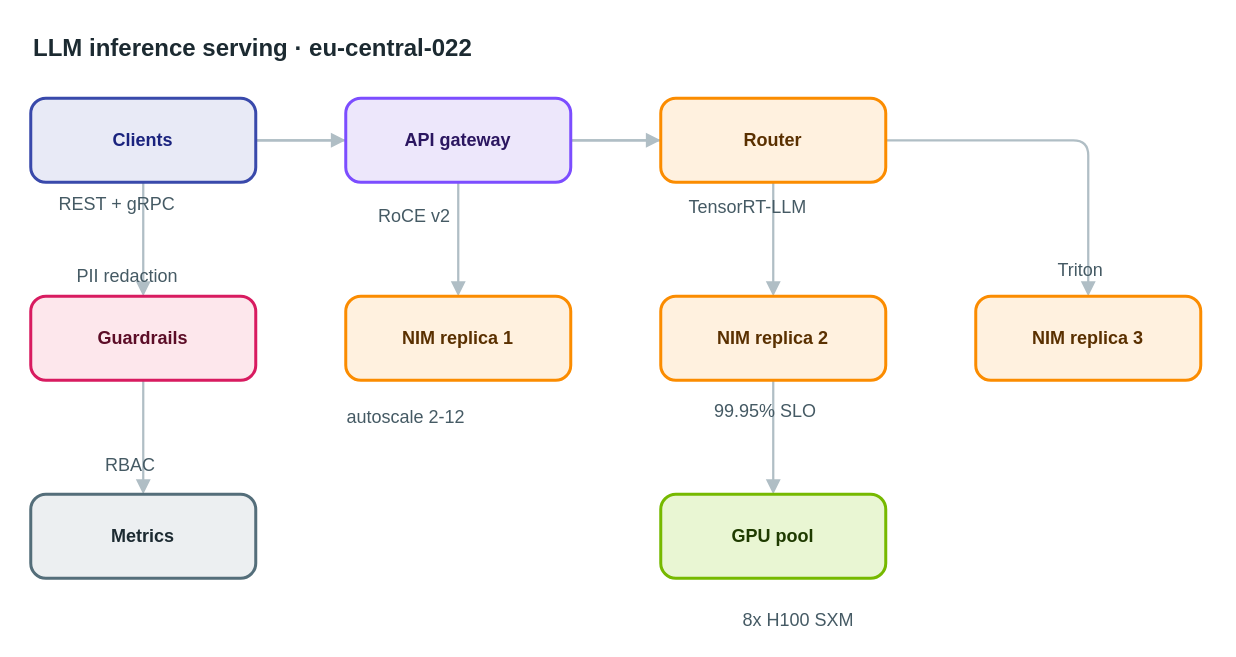
Before: apps/web/public/samples/library/022-llm-inference-serving.drawio in AryanG01/open-apprentice, a draw.io diagram. Source tidied: cells renumbered, new cells numbered last; positions are measured from the earlier drawing's top-left corner, leaving out a move shared by most shapes. Both pictures are drawn from the tidied source at 150%, with x=0, y=0 at pixel (30, 26).
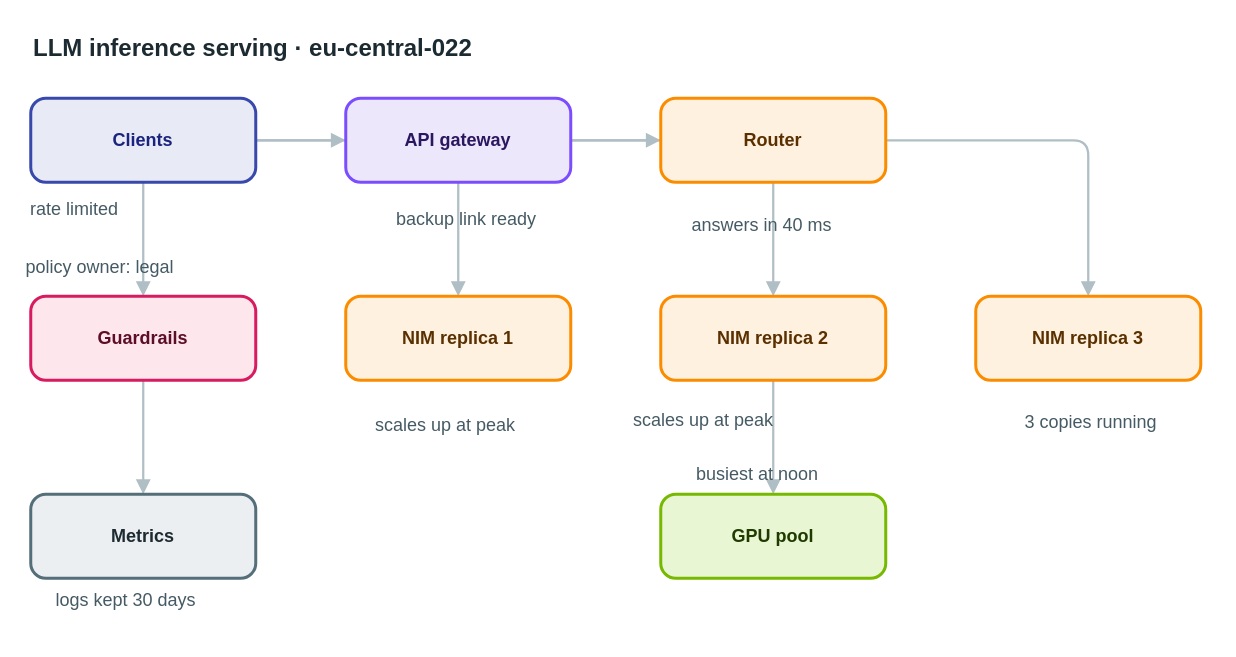
The same page after the edit.

Change to the diagram source:
```diff
@@
-    <mxCell id="20" value="REST + gRPC" style="text;html=1;align=left;verticalAlign=top;whiteSpace=nowrap;spacing=0;spacingTop=0;strokeColor=none;fillColor=none;fontSize=12;fontColor=#455a64;" parent="1" vertex="1">
-      <mxGeometry x="19" y="107" width="89" height="20" as="geometry" />
+    <mxCell id="20" value="rate limited" style="text;html=1;align=left;verticalAlign=top;whiteSpace=nowrap;spacing=0;spacingTop=0;strokeColor=none;fillColor=none;fontSize=12;fontColor=#455a64;" parent="1" vertex="1">
+      <mxGeometry y="110" width="96" height="20" as="geometry" />
     </mxCell>
-    <mxCell id="21" value="RoCE v2" style="text;html=1;align=left;verticalAlign=top;whiteSpace=nowrap;spacing=0;spacingTop=0;strokeColor=none;fillColor=none;fontSize=12;fontColor=#455a64;" parent="1" vertex="1">
-      <mxGeometry x="232" y="115" width="61" height="20" as="geometry" />
+    <mxCell id="21" value="backup link ready" style="text;html=1;align=left;verticalAlign=top;whiteSpace=nowrap;spacing=0;spacingTop=0;strokeColor=none;fillColor=none;fontSize=12;fontColor=#455a64;" parent="1" vertex="1">
+      <mxGeometry x="244" y="117" width="131" height="20" as="geometry" />
     </mxCell>
-    <mxCell id="22" value="TensorRT-LLM" style="text;html=1;align=left;verticalAlign=top;whiteSpace=nowrap;spacing=0;spacingTop=0;strokeColor=none;fillColor=none;fontSize=12;fontColor=#455a64;" parent="1" vertex="1">
-      <mxGeometry x="439" y="109" width="96" height="20" as="geometry" />
+    <mxCell id="22" value="answers in 40 ms" style="text;html=1;align=left;verticalAlign=top;whiteSpace=nowrap;spacing=0;spacingTop=0;strokeColor=none;fillColor=none;fontSize=12;fontColor=#455a64;" parent="1" vertex="1">
+      <mxGeometry x="441" y="121" width="124" height="20" as="geometry" />
     </mxCell>
-    <mxCell id="23" value="autoscale 2-12" style="text;html=1;align=left;verticalAlign=top;whiteSpace=nowrap;spacing=0;spacingTop=0;strokeColor=none;fillColor=none;fontSize=12;fontColor=#455a64;" parent="1" vertex="1">
-      <mxGeometry x="211" y="249" width="110" height="20" as="geometry" />
+    <mxCell id="23" value="scales up at peak" style="text;html=1;align=left;verticalAlign=top;whiteSpace=nowrap;spacing=0;spacingTop=0;strokeColor=none;fillColor=none;fontSize=12;fontColor=#455a64;" parent="1" vertex="1">
+      <mxGeometry x="230" y="254" width="131" height="20" as="geometry" />
     </mxCell>
-    <mxCell id="24" value="99.95% SLO" style="text;html=1;align=left;verticalAlign=top;whiteSpace=nowrap;spacing=0;spacingTop=0;strokeColor=none;fillColor=none;fontSize=12;fontColor=#455a64;" parent="1" vertex="1">
-      <mxGeometry x="456" y="245" width="82" height="20" as="geometry" />
+    <mxCell id="24" value="scales up at peak" style="text;html=1;align=left;verticalAlign=top;whiteSpace=nowrap;spacing=0;spacingTop=0;strokeColor=none;fillColor=none;fontSize=12;fontColor=#455a64;" parent="1" vertex="1">
+      <mxGeometry x="402" y="251" width="131" height="20" as="geometry" />
     </mxCell>
-    <mxCell id="25" value="Triton" style="text;html=1;align=left;verticalAlign=top;whiteSpace=nowrap;spacing=0;spacingTop=0;strokeColor=none;fillColor=none;fontSize=12;fontColor=#455a64;" parent="1" vertex="1">
-      <mxGeometry x="685" y="151" width="54" height="20" as="geometry" />
+    <mxCell id="25" value="3 copies running" style="text;html=1;align=left;verticalAlign=top;whiteSpace=nowrap;spacing=0;spacingTop=0;strokeColor=none;fillColor=none;fontSize=12;fontColor=#455a64;" parent="1" vertex="1">
+      <mxGeometry x="663" y="252" width="124" height="20" as="geometry" />
     </mxCell>
-    <mxCell id="26" value="8x H100 SXM" style="text;html=1;align=left;verticalAlign=top;whiteSpace=nowrap;spacing=0;spacingTop=0;strokeColor=none;fillColor=none;fontSize=12;fontColor=#455a64;" parent="1" vertex="1">
-      <mxGeometry x="475" y="384" width="89" height="20" as="geometry" />
+    <mxCell id="26" value="busiest at noon" style="text;html=1;align=left;verticalAlign=top;whiteSpace=nowrap;spacing=0;spacingTop=0;strokeColor=none;fillColor=none;fontSize=12;fontColor=#455a64;" parent="1" vertex="1">
+      <mxGeometry x="444" y="287" width="117" height="20" as="geometry" />
     </mxCell>
-    <mxCell id="27" value="PII redaction" style="text;html=1;align=left;verticalAlign=top;whiteSpace=nowrap;spacing=0;spacingTop=0;strokeColor=none;fillColor=none;fontSize=12;fontColor=#455a64;" parent="1" vertex="1">
-      <mxGeometry x="31" y="155" width="103" height="20" as="geometry" />
+    <mxCell id="27" value="policy owner: legal" style="text;html=1;align=left;verticalAlign=top;whiteSpace=nowrap;spacing=0;spacingTop=0;strokeColor=none;fillColor=none;fontSize=12;fontColor=#455a64;" parent="1" vertex="1">
+      <mxGeometry x="-3" y="149" width="145" height="20" as="geometry" />
     </mxCell>
-    <mxCell id="28" value="RBAC" style="text;html=1;align=left;verticalAlign=top;whiteSpace=nowrap;spacing=0;spacingTop=0;strokeColor=none;fillColor=none;fontSize=12;fontColor=#455a64;" parent="1" vertex="1">
-      <mxGeometry x="50" y="281" width="40" height="20" as="geometry" />
+    <mxCell id="28" value="logs kept 30 days" style="text;html=1;align=left;verticalAlign=top;whiteSpace=nowrap;spacing=0;spacingTop=0;strokeColor=none;fillColor=none;fontSize=12;fontColor=#455a64;" parent="1" vertex="1">
+      <mxGeometry x="17" y="371" width="131" height="20" as="geometry" />
     </mxCell>
```
